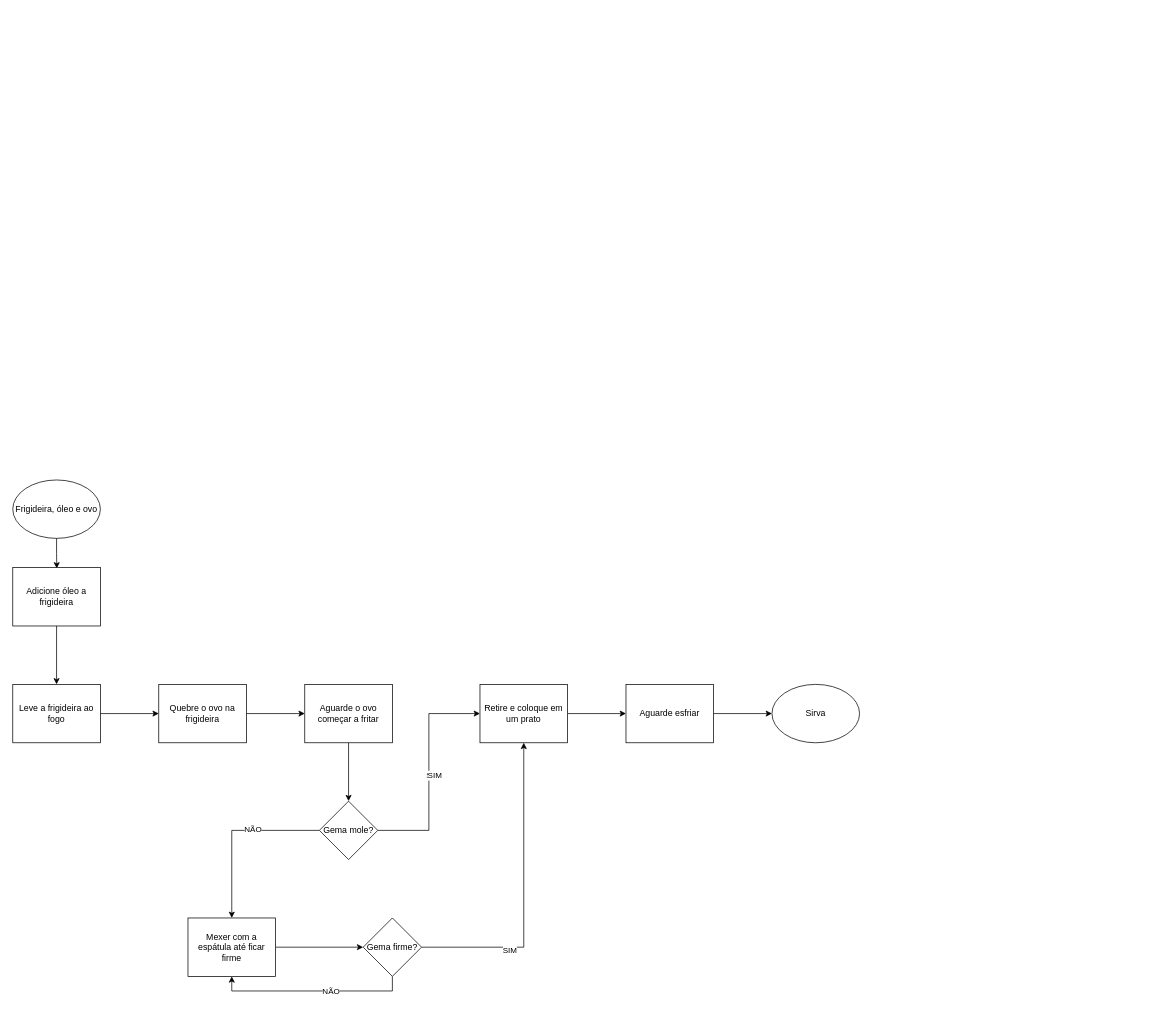
This is Diagrama sem nome.drawio from IagoPelitero/senaiaulas, a draw.io file, before an edit. Source tidied: cells renumbered, new cells numbered last; positions are measured from the earlier drawing's top-left corner, leaving out a move shared by most shapes. Both pictures are drawn from the tidied source at 73%, with x=0, y=0 at pixel (12, 480).
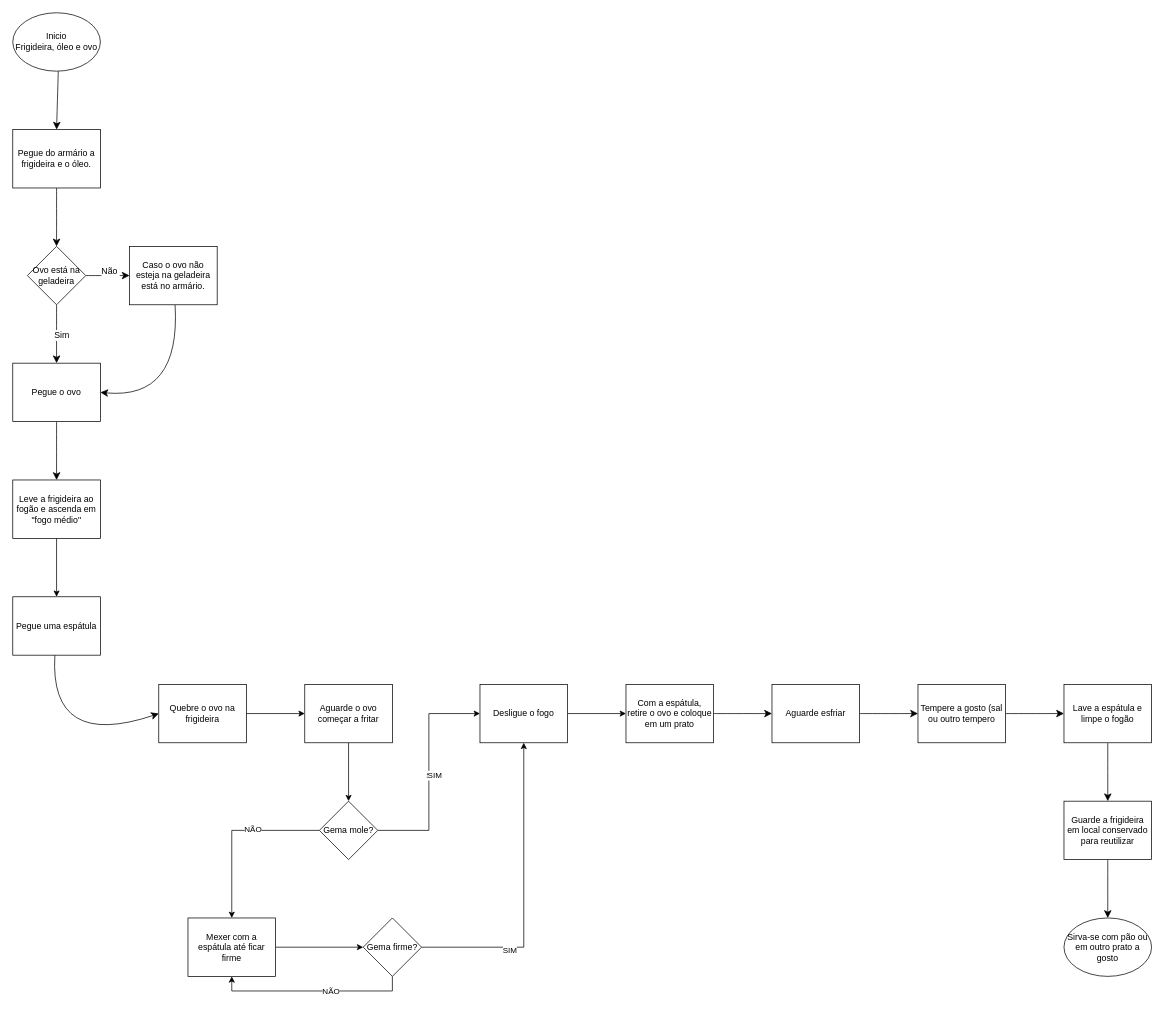
After the change.

Unchanged cells that the change refers to:
```xml
<mxCell id="21" value="Quebre o ovo na frigideira" style="rounded=0;whiteSpace=wrap;html=1;" parent="1" vertex="1">
  <mxGeometry x="200" y="280" width="120" height="80" as="geometry" />
</mxCell>
```

Diff of the diagram source:
```diff
@@
+    <mxCell id="30" style="edgeStyle=none;curved=1;rounded=0;jettySize=auto;html=1;fontSize=12;startSize=8;endSize=8;" parent="1" edge="1" source="2" target="33">
+      <mxGeometry relative="1" as="geometry" />
+    </mxCell>
-    <mxCell id="2" value="Frigideira, óleo e ovo" style="ellipse;whiteSpace=wrap;html=1;" parent="1" vertex="1">
-      <mxGeometry width="120" height="80" as="geometry" />
+    <mxCell id="2" value="Inicio&lt;div&gt;Frigideira, óleo e ovo&lt;/div&gt;" style="ellipse;whiteSpace=wrap;html=1;" parent="1" vertex="1">
+      <mxGeometry y="-640" width="120" height="80" as="geometry" />
     </mxCell>
@@
-    <mxCell id="16" value="Sirva" style="ellipse;whiteSpace=wrap;html=1;" parent="1" vertex="1">
-      <mxGeometry x="1040" y="280" width="120" height="80" as="geometry" />
+    <mxCell id="16" value="Sirva-se com pão ou em outro prato a gosto" style="ellipse;whiteSpace=wrap;html=1;" parent="1" vertex="1">
+      <mxGeometry x="1440" y="600" width="120" height="80" as="geometry" />
     </mxCell>
-    <mxCell id="17" style="edgeStyle=orthogonalEdgeStyle;rounded=0;jettySize=auto;html=1;exitX=0.5;exitY=1;exitDx=0;exitDy=0;entryX=0.403;entryY=0.02;entryDx=0;entryDy=0;entryPerimeter=0;" parent="1" edge="1" source="2">
-      <mxGeometry relative="1" as="geometry">
-        <mxPoint x="60.3" y="121.2" as="targetPoint" />
-      </mxGeometry>
-    </mxCell>
@@
-    <mxCell id="22" style="edgeStyle=orthogonalEdgeStyle;rounded=0;jettySize=auto;html=1;exitX=1;exitY=0.5;exitDx=0;exitDy=0;entryX=0;entryY=0.5;entryDx=0;entryDy=0;" parent="1" edge="1" source="23" target="21">
-      <mxGeometry relative="1" as="geometry" />
+    <mxCell id="22" style="edgeStyle=none;curved=1;rounded=0;jettySize=auto;html=1;fontSize=12;startSize=8;endSize=8;entryX=0;entryY=0.5;entryDx=0;entryDy=0;" parent="1" edge="1" source="23" target="21">
+      <mxGeometry relative="1" as="geometry">
+        <Array as="points">
+          <mxPoint x="50" y="370" />
+        </Array>
+      </mxGeometry>
     </mxCell>
-    <mxCell id="23" value="Leve a frigideira ao fogo" style="rounded=0;whiteSpace=wrap;html=1;" parent="1" vertex="1">
-      <mxGeometry y="280" width="120" height="80" as="geometry" />
+    <mxCell id="23" value="Pegue uma espátula" style="rounded=0;whiteSpace=wrap;html=1;" parent="1" vertex="1">
+      <mxGeometry y="160" width="120" height="80" as="geometry" />
     </mxCell>
@@
-    <mxCell id="25" value="Adicione óleo a frigideira" style="rounded=0;whiteSpace=wrap;html=1;" parent="1" vertex="1">
-      <mxGeometry y="120" width="120" height="80" as="geometry" />
+    <mxCell id="25" value="Leve a frigideira ao fogão e ascenda em &quot;fogo médio&quot;" style="rounded=0;whiteSpace=wrap;html=1;" parent="1" vertex="1">
+      <mxGeometry width="120" height="80" as="geometry" />
     </mxCell>
@@
-    <mxCell id="27" value="Retire e coloque em um prato" style="rounded=0;whiteSpace=wrap;html=1;" parent="1" vertex="1">
+    <mxCell id="27" value="Desligue o fogo" style="rounded=0;whiteSpace=wrap;html=1;" parent="1" vertex="1">
       <mxGeometry x="640" y="280" width="120" height="80" as="geometry" />
     </mxCell>
-    <mxCell id="28" style="edgeStyle=orthogonalEdgeStyle;rounded=0;jettySize=auto;html=1;exitX=1;exitY=0.5;exitDx=0;exitDy=0;" parent="1" edge="1" source="29" target="16">
-      <mxGeometry relative="1" as="geometry" />
-    </mxCell>
+    <mxCell id="31" style="edgeStyle=none;curved=1;rounded=0;jettySize=auto;html=1;entryX=0;entryY=0.5;entryDx=0;entryDy=0;fontSize=12;startSize=8;endSize=8;" parent="1" edge="1" source="29" target="44">
+      <mxGeometry relative="1" as="geometry" />
+    </mxCell>
-    <mxCell id="29" value="Aguarde esfriar" style="rounded=0;whiteSpace=wrap;html=1;" parent="1" vertex="1">
+    <mxCell id="29" value="Com a espátula, retire o ovo e coloque em um prato" style="rounded=0;whiteSpace=wrap;html=1;" parent="1" vertex="1">
       <mxGeometry x="840" y="280" width="120" height="80" as="geometry" />
     </mxCell>
+    <mxCell id="32" style="edgeStyle=none;curved=1;rounded=0;jettySize=auto;html=1;entryX=0.5;entryY=0;entryDx=0;entryDy=0;fontSize=12;startSize=8;endSize=8;" parent="1" edge="1" source="33">
+      <mxGeometry relative="1" as="geometry">
+        <mxPoint x="60" y="-320" as="targetPoint" />
+      </mxGeometry>
+    </mxCell>
+    <mxCell id="33" value="Pegue do armário a frigideira e o óleo." style="rounded=0;whiteSpace=wrap;html=1;" parent="1" vertex="1">
+      <mxGeometry y="-480" width="120" height="80" as="geometry" />
+    </mxCell>
+    <mxCell id="34" style="edgeStyle=none;curved=1;rounded=0;jettySize=auto;html=1;fontSize=12;startSize=8;endSize=8;exitX=0.5;exitY=1;exitDx=0;exitDy=0;" parent="1" edge="1" source="38">
+      <mxGeometry relative="1" as="geometry">
+        <mxPoint x="60" y="-160" as="targetPoint" />
+      </mxGeometry>
+    </mxCell>
+    <mxCell id="35" value="Sim" style="edgeLabel;html=1;align=center;verticalAlign=middle;fontSize=12;" parent="34" vertex="1">
+      <mxGeometry x="0.03" y="6" relative="1" as="geometry" />
+    </mxCell>
+    <mxCell id="36" style="edgeStyle=none;curved=1;rounded=0;jettySize=auto;html=1;entryX=0;entryY=0.5;entryDx=0;entryDy=0;fontSize=12;startSize=8;endSize=8;exitX=1;exitY=0.5;exitDx=0;exitDy=0;" parent="1" edge="1" source="38" target="42">
+      <mxGeometry relative="1" as="geometry" />
+    </mxCell>
+    <mxCell id="37" value="Não&amp;nbsp;" style="edgeLabel;html=1;align=center;verticalAlign=middle;fontSize=12;" parent="36" vertex="1">
+      <mxGeometry x="0.09" y="6" relative="1" as="geometry" />
+    </mxCell>
+    <mxCell id="38" value="Ovo está na geladeira" style="rhombus;whiteSpace=wrap;html=1;" parent="1" vertex="1">
+      <mxGeometry x="20" y="-320" width="80" height="80" as="geometry" />
+    </mxCell>
+    <mxCell id="39" style="edgeStyle=none;curved=1;rounded=0;jettySize=auto;html=1;entryX=0.5;entryY=0;entryDx=0;entryDy=0;fontSize=12;startSize=8;endSize=8;" parent="1" edge="1" source="40" target="25">
+      <mxGeometry relative="1" as="geometry" />
+    </mxCell>
+    <mxCell id="40" value="Pegue o ovo" style="rounded=0;whiteSpace=wrap;html=1;" parent="1" vertex="1">
+      <mxGeometry y="-160" width="120" height="80" as="geometry" />
+    </mxCell>
+    <mxCell id="41" style="edgeStyle=none;curved=1;rounded=0;jettySize=auto;html=1;entryX=1;entryY=0.5;entryDx=0;entryDy=0;fontSize=12;startSize=8;endSize=8;" parent="1" edge="1" source="42" target="40">
+      <mxGeometry relative="1" as="geometry">
+        <Array as="points">
+          <mxPoint x="230" y="-110" />
+        </Array>
+      </mxGeometry>
+    </mxCell>
+    <mxCell id="42" value="Caso o ovo não esteja na geladeira está no armário." style="rounded=0;whiteSpace=wrap;html=1;" parent="1" vertex="1">
+      <mxGeometry x="160" y="-320" width="120" height="80" as="geometry" />
+    </mxCell>
+    <mxCell id="43" style="edgeStyle=none;curved=1;rounded=0;jettySize=auto;html=1;fontSize=12;startSize=8;endSize=8;" parent="1" edge="1" source="44" target="46">
+      <mxGeometry relative="1" as="geometry" />
+    </mxCell>
+    <mxCell id="44" value="Aguarde esfriar" style="rounded=0;whiteSpace=wrap;html=1;" parent="1" vertex="1">
+      <mxGeometry x="1040" y="280" width="120" height="80" as="geometry" />
+    </mxCell>
+    <mxCell id="45" style="edgeStyle=none;curved=1;rounded=0;jettySize=auto;html=1;fontSize=12;startSize=8;endSize=8;" parent="1" edge="1" source="46" target="48">
+      <mxGeometry relative="1" as="geometry" />
+    </mxCell>
+    <mxCell id="46" value="Tempere a gosto (sal ou outro tempero" style="rounded=0;whiteSpace=wrap;html=1;" parent="1" vertex="1">
+      <mxGeometry x="1240" y="280" width="120" height="80" as="geometry" />
+    </mxCell>
+    <mxCell id="47" style="edgeStyle=none;curved=1;rounded=0;jettySize=auto;html=1;fontSize=12;startSize=8;endSize=8;" parent="1" edge="1" source="48" target="50">
+      <mxGeometry relative="1" as="geometry" />
+    </mxCell>
+    <mxCell id="48" value="Lave a espátula e limpe o fogão" style="rounded=0;whiteSpace=wrap;html=1;" parent="1" vertex="1">
+      <mxGeometry x="1440" y="280" width="120" height="80" as="geometry" />
+    </mxCell>
+    <mxCell id="49" style="edgeStyle=none;curved=1;rounded=0;jettySize=auto;html=1;fontSize=12;startSize=8;endSize=8;" parent="1" edge="1" source="50" target="16">
+      <mxGeometry relative="1" as="geometry" />
+    </mxCell>
+    <mxCell id="50" value="Guarde a frigideira em local conservado para reutilizar" style="rounded=0;whiteSpace=wrap;html=1;" parent="1" vertex="1">
+      <mxGeometry x="1440" y="440" width="120" height="80" as="geometry" />
+    </mxCell>
```
